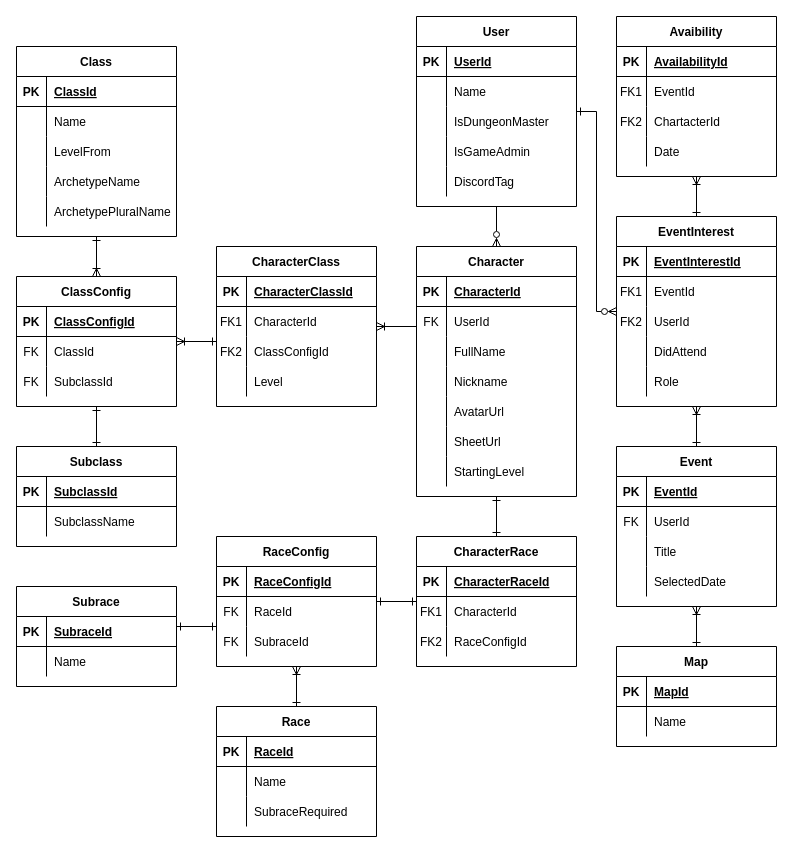
This is Documentation/Entity Relationship Diagram.drawio from Jackclarke95/into-the-west, a draw.io file, before an edit. Source tidied: cells renumbered, new cells numbered last; positions are measured from the earlier drawing's top-left corner, leaving out a move shared by most shapes. Both pictures are drawn from the tidied source at 100%, with x=0, y=0 at pixel (16, 16).
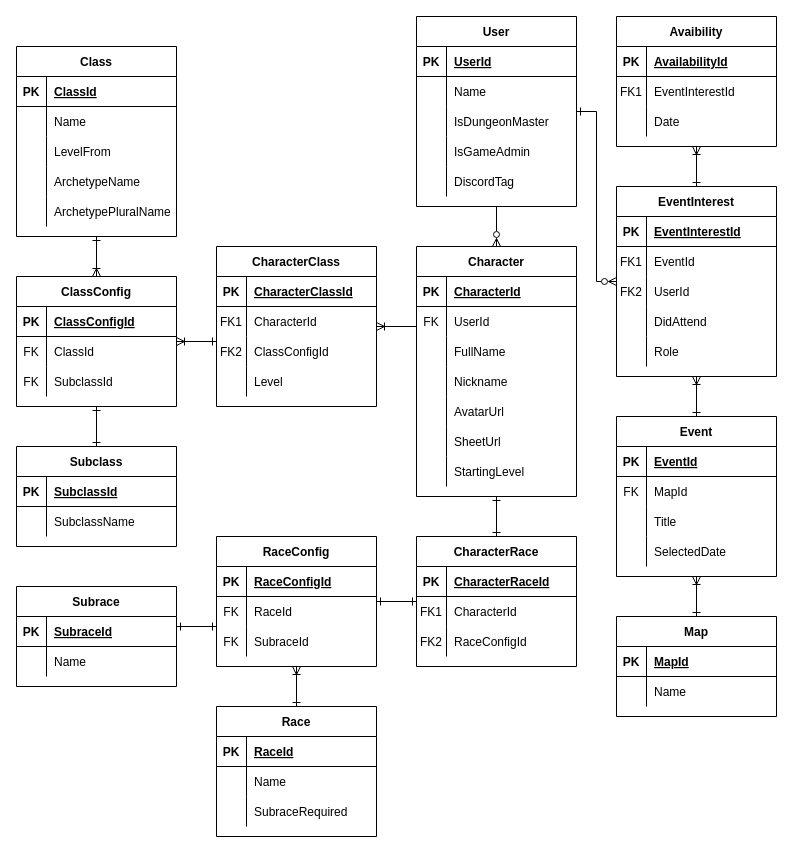
The same page after the edit.

The change refers to these unchanged cells:
```xml
<mxCell id="60" style="shape=tableRow;horizontal=0;startSize=0;swimlaneHead=0;swimlaneBody=0;fillColor=none;top=0;left=0;right=0;bottom=0;strokeColor=default;" parent="56" vertex="1">
  <mxGeometry y="60" width="160" height="30" as="geometry" />
</mxCell>
```

The edit, as a diff of the source:
```diff
@@
     <mxCell id="26" value="Event" style="shape=table;startSize=30;childLayout=tableLayout;rowLines=0;fontStyle=1;align=center;strokeColor=default;" parent="1" vertex="1">
-      <mxGeometry x="600" y="430" width="160" height="160" as="geometry" />
+      <mxGeometry x="600" y="400" width="160" height="160" as="geometry" />
     </mxCell>
@@
-    <mxCell id="30" style="shape=tableRow;horizontal=0;startSize=0;swimlaneHead=0;swimlaneBody=0;fillColor=none;top=0;left=0;right=0;bottom=0;strokeColor=default;" parent="26" vertex="1">
-      <mxGeometry y="60" width="160" height="30" as="geometry" />
-    </mxCell>
+    <mxCell id="186" style="shape=tableRow;horizontal=0;startSize=0;swimlaneHead=0;swimlaneBody=0;fillColor=none;top=0;left=0;right=0;bottom=0;" parent="26" vertex="1">
+      <mxGeometry y="60" width="160" height="30" as="geometry" />
+    </mxCell>
-    <mxCell id="31" value="FK" style="shape=partialRectangle;fillColor=none;top=0;left=0;bottom=0;right=0;fontStyle=0;overflow=hidden;strokeColor=default;" parent="30" vertex="1">
+    <mxCell id="31" value="FK" style="shape=partialRectangle;fillColor=none;top=0;left=0;bottom=0;right=0;fontStyle=0;overflow=hidden;" parent="186" vertex="1">
       <mxGeometry width="30" height="30" as="geometry" />
     </mxCell>
-    <mxCell id="32" value="UserId" style="shape=partialRectangle;fillColor=none;top=0;left=0;bottom=0;right=0;align=left;spacingLeft=6;fontStyle=0;overflow=hidden;strokeColor=default;" parent="30" vertex="1">
-      <mxGeometry x="30" width="130" height="30" as="geometry" />
-    </mxCell>
+    <mxCell id="187" value="MapId" style="shape=partialRectangle;fillColor=none;top=0;left=0;bottom=0;right=0;align=left;spacingLeft=6;fontStyle=0;overflow=hidden;" parent="186" vertex="1">
+      <mxGeometry x="30" width="130" height="30" as="geometry" />
+    </mxCell>
@@
     <mxCell id="40" value="EventInterest" style="shape=table;startSize=30;childLayout=tableLayout;rowLines=0;fontStyle=1;align=center;strokeColor=default;" parent="1" vertex="1">
-      <mxGeometry x="600" y="200" width="160" height="190" as="geometry" />
+      <mxGeometry x="600" y="170" width="160" height="190" as="geometry" />
     </mxCell>
@@
     <mxCell id="56" value="Avaibility" style="shape=table;startSize=30;childLayout=tableLayout;rowLines=0;fontStyle=1;align=center;strokeColor=default;" parent="1" vertex="1">
-      <mxGeometry x="600" width="160" height="160" as="geometry" />
+      <mxGeometry x="600" width="160" height="130" as="geometry" />
     </mxCell>
@@
-    <mxCell id="62" value="EventId" style="shape=partialRectangle;fillColor=none;top=0;left=0;bottom=0;right=0;align=left;spacingLeft=6;fontStyle=0;overflow=hidden;strokeColor=default;" parent="60" vertex="1">
+    <mxCell id="62" value="EventInterestId" style="shape=partialRectangle;fillColor=none;top=0;left=0;bottom=0;right=0;align=left;spacingLeft=6;fontStyle=0;overflow=hidden;strokeColor=default;" parent="60" vertex="1">
       <mxGeometry x="30" width="130" height="30" as="geometry" />
     </mxCell>
-    <mxCell id="63" style="shape=tableRow;horizontal=0;startSize=0;swimlaneHead=0;swimlaneBody=0;fillColor=none;top=0;left=0;right=0;bottom=0;strokeColor=default;" parent="56" vertex="1">
-      <mxGeometry y="90" width="160" height="30" as="geometry" />
-    </mxCell>
-    <mxCell id="64" value="FK2" style="shape=partialRectangle;fillColor=none;top=0;left=0;bottom=0;right=0;fontStyle=0;overflow=hidden;strokeColor=default;" parent="63" vertex="1">
-      <mxGeometry width="30" height="30" as="geometry" />
-    </mxCell>
-    <mxCell id="65" value="ChartacterId" style="shape=partialRectangle;fillColor=none;top=0;left=0;bottom=0;right=0;align=left;spacingLeft=6;fontStyle=0;overflow=hidden;strokeColor=default;" parent="63" vertex="1">
-      <mxGeometry x="30" width="130" height="30" as="geometry" />
-    </mxCell>
     <mxCell id="66" style="shape=tableRow;horizontal=0;startSize=0;swimlaneHead=0;swimlaneBody=0;fillColor=none;top=0;left=0;right=0;bottom=0;strokeColor=default;" parent="56" vertex="1">
-      <mxGeometry y="120" width="160" height="30" as="geometry" />
+      <mxGeometry y="90" width="160" height="30" as="geometry" />
     </mxCell>
@@
     <mxCell id="142" value="Map" style="shape=table;startSize=30;childLayout=tableLayout;rowLines=0;fontStyle=1;align=center;strokeColor=default;" parent="1" vertex="1">
-      <mxGeometry x="600" y="630" width="160" height="100" as="geometry" />
+      <mxGeometry x="600" y="600" width="160" height="100" as="geometry" />
     </mxCell>
```
